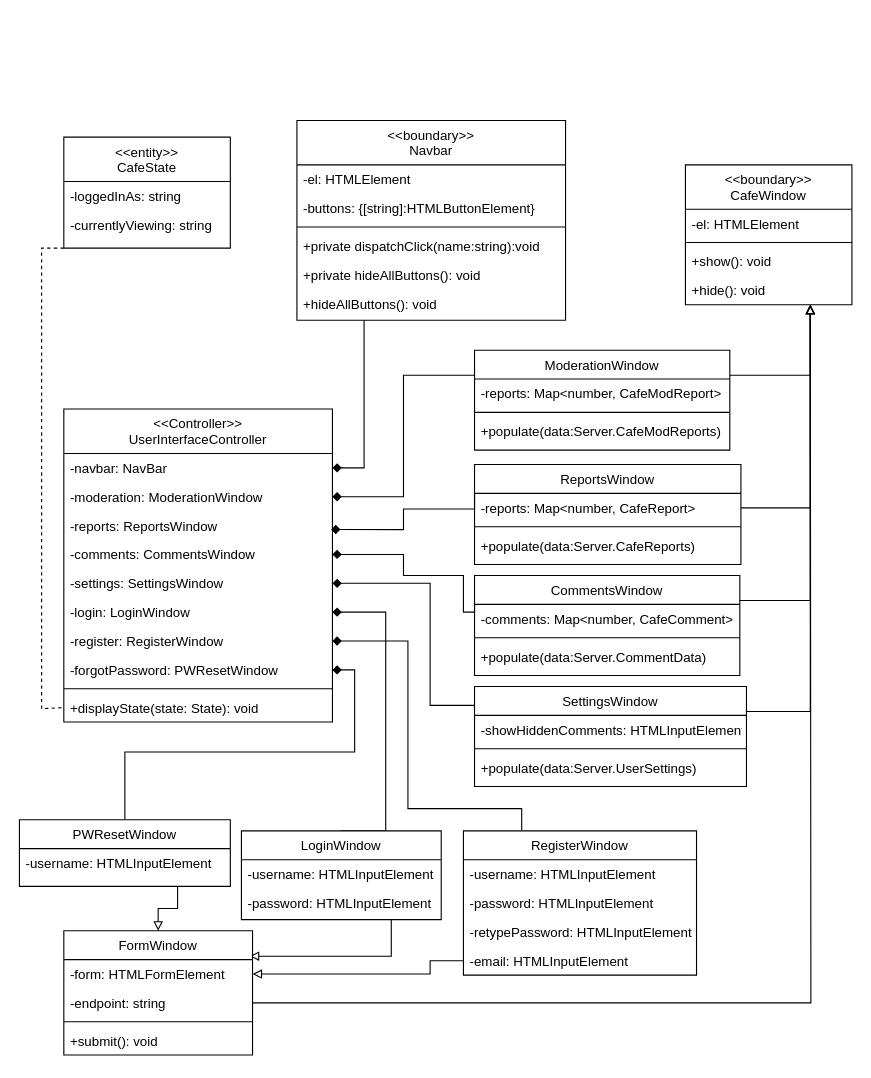
comment-anything/Specifications keeps this draw.io diagram as uml diagrams/frontEndRedux.drawio. Above is the earlier version. Source tidied: cells renumbered, new cells numbered last; positions are measured from the earlier drawing's top-left corner, leaving out a move shared by most shapes. Both pictures are drawn from the tidied source at 111%, with x=0, y=0 at pixel (19, 120).
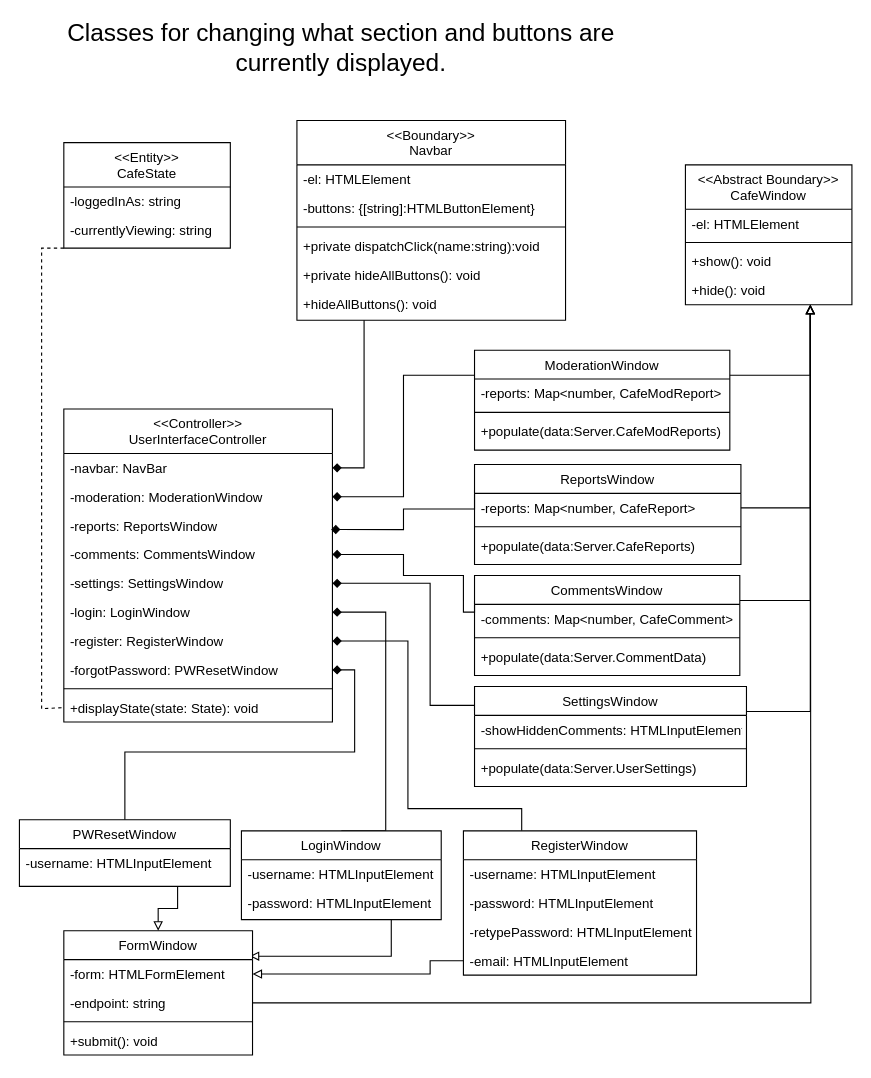
The same diagram, later.

Diff of the diagram source:
```diff
@@
-    <mxCell id="2" value="&lt;&lt;boundary&gt;&gt;&#10;CafeWindow" style="swimlane;fontStyle=0;align=center;verticalAlign=top;horizontal=1;startSize=40;rounded=0;shadow=0;strokeWidth=1;" parent="1" vertex="1">
+    <mxCell id="2" value="&lt;&lt;Abstract Boundary&gt;&gt;&#10;CafeWindow" style="swimlane;fontStyle=0;align=center;verticalAlign=top;horizontal=1;startSize=40;rounded=0;shadow=0;strokeWidth=1;" parent="1" vertex="1">
       <mxGeometry x="600" y="40" width="150" height="126" as="geometry" />
     </mxCell>
@@
-    <mxCell id="8" value="&lt;&lt;boundary&gt;&gt;&#10;Navbar" style="swimlane;fontStyle=0;align=center;verticalAlign=top;horizontal=1;startSize=40;rounded=0;shadow=0;strokeWidth=1;" parent="1" vertex="1">
+    <mxCell id="8" value="&lt;&lt;Boundary&gt;&gt;&#10;Navbar" style="swimlane;fontStyle=0;align=center;verticalAlign=top;horizontal=1;startSize=40;rounded=0;shadow=0;strokeWidth=1;" parent="1" vertex="1">
       <mxGeometry x="250" width="242" height="180" as="geometry" />
     </mxCell>
@@
-    <mxCell id="70" value="&lt;&lt;entity&gt;&gt;&#10;CafeState" style="swimlane;fontStyle=0;align=center;verticalAlign=top;horizontal=1;startSize=40;rounded=0;shadow=0;strokeWidth=1;" parent="1" vertex="1">
-      <mxGeometry x="40" y="15" width="150" height="100" as="geometry" />
+    <mxCell id="70" value="&lt;&lt;Entity&gt;&gt;&#10;CafeState" style="swimlane;fontStyle=0;align=center;verticalAlign=top;horizontal=1;startSize=40;rounded=0;shadow=0;strokeWidth=1;" parent="1" vertex="1">
+      <mxGeometry x="40" y="20" width="150" height="95" as="geometry" />
     </mxCell>
@@
+    <mxCell id="76" value="&lt;font style=&quot;font-size: 22px;&quot;&gt;Classes for changing what section and buttons are currently displayed.&lt;/font&gt;" style="text;html=1;strokeColor=none;fillColor=none;align=center;verticalAlign=middle;whiteSpace=wrap;rounded=0;" parent="1" vertex="1">
+      <mxGeometry x="15" y="-80" width="550" height="30" as="geometry" />
+    </mxCell>
```
